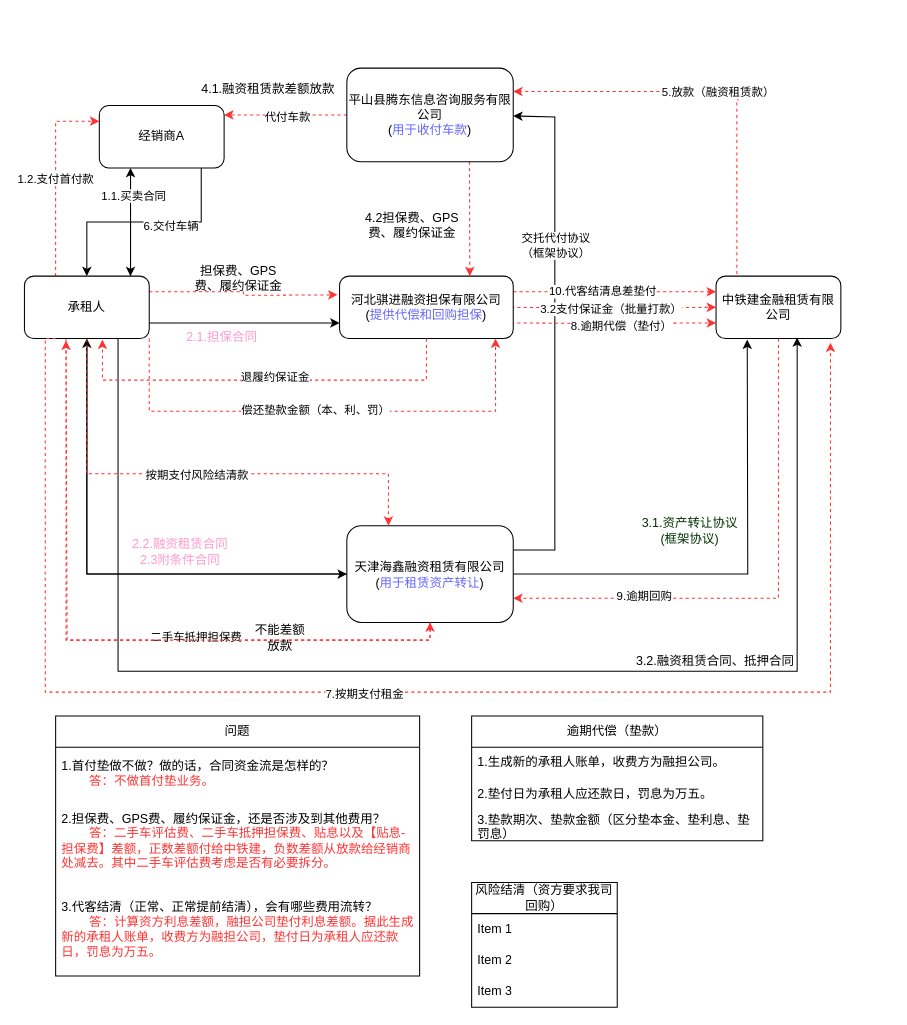
Earlier version of the draw.io diagram 业务形态-交易结构.drawio (XiongZen/QJReconstitution). Source tidied: cells renumbered, new cells numbered last; positions are measured from the earlier drawing's top-left corner, leaving out a move shared by most shapes. Both pictures are drawn from the tidied source at 104%, with x=0, y=0 at pixel (24, 68).
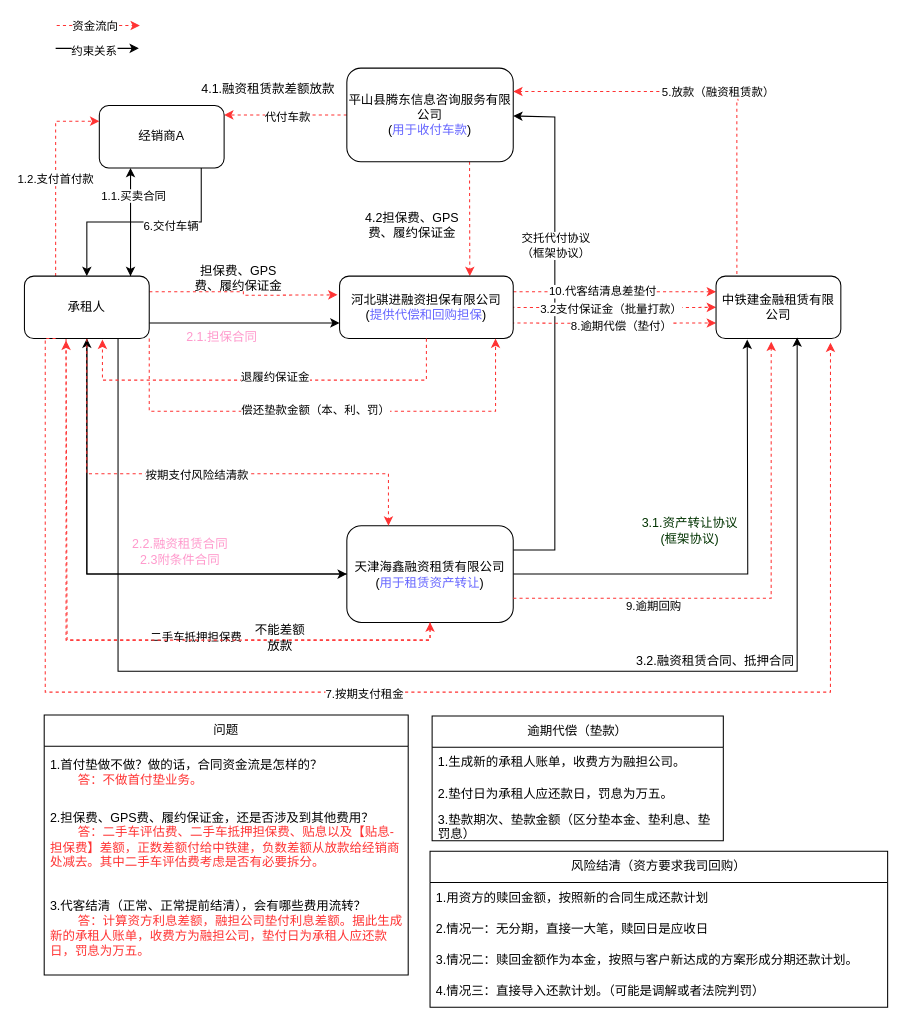
After the change.

Commit message:
Update 业务形态-交易结构.drawio

The change refers to these unchanged cells:
```xml
<mxCell id="10" value="天津海鑫融资租赁有限公司&lt;div&gt;(&lt;font color=&quot;#6666ff&quot;&gt;用于租赁资产转让&lt;/font&gt;)&lt;/div&gt;" style="rounded=1;whiteSpace=wrap;html=1;" parent="1" vertex="1">
  <mxGeometry x="310" y="440" width="160" height="93" as="geometry" />
</mxCell>
<mxCell id="35" value="中铁建金融租赁有限公司" style="rounded=1;whiteSpace=wrap;html=1;" parent="1" vertex="1">
  <mxGeometry x="665" y="200" width="120" height="60" as="geometry" />
</mxCell>
```

Diff of the diagram source:
```diff
@@
-    <mxCell id="33" style="edgeStyle=orthogonalEdgeStyle;rounded=0;jettySize=auto;html=1;entryX=1;entryY=0.75;entryDx=0;entryDy=0;dashed=1;strokeColor=#FF3333;" parent="1" edge="1" source="35" target="10">
-      <mxGeometry relative="1" as="geometry">
-        <Array as="points">
-          <mxPoint x="725" y="510" />
-        </Array>
-      </mxGeometry>
-    </mxCell>
-    <mxCell id="34" value="9.逾期回购" style="edgeLabel;html=1;align=center;verticalAlign=middle;" parent="33" vertex="1">
-      <mxGeometry x="0.5" y="-2" relative="1" as="geometry" />
-    </mxCell>
@@
     <mxCell id="45" value="问题" style="swimlane;fontStyle=0;horizontal=1;startSize=30;whiteSpace=wrap;html=1;" parent="1" vertex="1">
-      <mxGeometry x="30" y="623" width="350" height="250" as="geometry" />
+      <mxGeometry x="19" y="622" width="350" height="250" as="geometry" />
     </mxCell>
@@
     <mxCell id="58" value="逾期代偿（垫款）" style="swimlane;fontStyle=0;horizontal=1;startSize=30;whiteSpace=wrap;html=1;" parent="1" vertex="1">
-      <mxGeometry x="430" y="623" width="280" height="120" as="geometry" />
+      <mxGeometry x="392" y="623" width="280" height="120" as="geometry" />
     </mxCell>
@@
     <mxCell id="62" value="风险结清（资方要求我司回购）" style="swimlane;fontStyle=0;horizontal=1;startSize=30;whiteSpace=wrap;html=1;" parent="1" vertex="1">
-      <mxGeometry x="430" y="783" width="140" height="120" as="geometry" />
+      <mxGeometry x="390" y="753" width="440" height="150" as="geometry" />
     </mxCell>
-    <mxCell id="63" value="Item 1" style="text;strokeColor=none;fillColor=none;align=left;verticalAlign=middle;spacingLeft=4;spacingRight=4;overflow=hidden;whiteSpace=wrap;html=1;" parent="62" vertex="1">
-      <mxGeometry y="30" width="140" height="30" as="geometry" />
+    <mxCell id="63" value="1.用资方的赎回金额，按照新的合同生成还款计划" style="text;strokeColor=none;fillColor=none;align=left;verticalAlign=middle;spacingLeft=4;spacingRight=4;overflow=hidden;whiteSpace=wrap;html=1;" parent="62" vertex="1">
+      <mxGeometry y="30" width="440" height="30" as="geometry" />
     </mxCell>
-    <mxCell id="64" value="Item 2" style="text;strokeColor=none;fillColor=none;align=left;verticalAlign=middle;spacingLeft=4;spacingRight=4;overflow=hidden;whiteSpace=wrap;html=1;" parent="62" vertex="1">
-      <mxGeometry y="60" width="140" height="30" as="geometry" />
+    <mxCell id="64" value="2.情况一：无分期，直接一大笔，赎回日是应收日" style="text;strokeColor=none;fillColor=none;align=left;verticalAlign=middle;spacingLeft=4;spacingRight=4;overflow=hidden;whiteSpace=wrap;html=1;" parent="62" vertex="1">
+      <mxGeometry y="60" width="440" height="30" as="geometry" />
     </mxCell>
-    <mxCell id="65" value="Item 3" style="text;strokeColor=none;fillColor=none;align=left;verticalAlign=middle;spacingLeft=4;spacingRight=4;overflow=hidden;whiteSpace=wrap;html=1;" parent="62" vertex="1">
-      <mxGeometry y="90" width="140" height="30" as="geometry" />
+    <mxCell id="65" value="3.情况二：赎回金额作为本金，按照与客户新达成的方案形成分期还款计划。" style="text;strokeColor=none;fillColor=none;align=left;verticalAlign=middle;spacingLeft=4;spacingRight=4;overflow=hidden;whiteSpace=wrap;html=1;" parent="62" vertex="1">
+      <mxGeometry y="90" width="440" height="30" as="geometry" />
     </mxCell>
+    <mxCell id="66" value="4.情况三：直接导入还款计划。（可能是调解或者法院判罚）" style="text;strokeColor=none;fillColor=none;align=left;verticalAlign=middle;spacingLeft=4;spacingRight=4;overflow=hidden;whiteSpace=wrap;html=1;" parent="62" vertex="1">
+      <mxGeometry y="120" width="440" height="30" as="geometry" />
+    </mxCell>
+    <mxCell id="67" style="endArrow=classic;html=1;rounded=0;" parent="1" edge="1">
+      <mxGeometry relative="1" as="geometry">
+        <mxPoint x="30" y="-19" as="sourcePoint" />
+        <mxPoint x="110" y="-19" as="targetPoint" />
+      </mxGeometry>
+    </mxCell>
+    <mxCell id="68" value="约束关系" style="edgeLabel;html=1;align=center;verticalAlign=middle;" parent="67" vertex="1">
+      <mxGeometry x="-0.2" y="-2" relative="1" as="geometry">
+        <mxPoint x="4" as="offset" />
+      </mxGeometry>
+    </mxCell>
+    <mxCell id="69" style="endArrow=classic;html=1;rounded=0;dashed=1;strokeColor=#FF3333;" parent="1" edge="1">
+      <mxGeometry relative="1" as="geometry">
+        <mxPoint x="31" y="-41" as="sourcePoint" />
+        <mxPoint x="111" y="-41" as="targetPoint" />
+      </mxGeometry>
+    </mxCell>
+    <mxCell id="70" value="资金流向" style="edgeLabel;html=1;align=center;verticalAlign=middle;" parent="69" vertex="1">
+      <mxGeometry x="-0.1" relative="1" as="geometry" />
+    </mxCell>
+    <mxCell id="71" style="edgeStyle=orthogonalEdgeStyle;rounded=0;jettySize=auto;html=1;exitX=1;exitY=0.75;exitDx=0;exitDy=0;entryX=0.442;entryY=1.05;entryDx=0;entryDy=0;entryPerimeter=0;dashed=1;strokeColor=#FF3333;" parent="1" edge="1" source="10" target="35">
+      <mxGeometry relative="1" as="geometry" />
+    </mxCell>
+    <mxCell id="34" value="9.逾期回购" style="edgeLabel;html=1;align=center;verticalAlign=middle;" parent="1" vertex="1">
+      <mxGeometry x="604.8" y="517.8" as="geometry" />
+    </mxCell>
```
